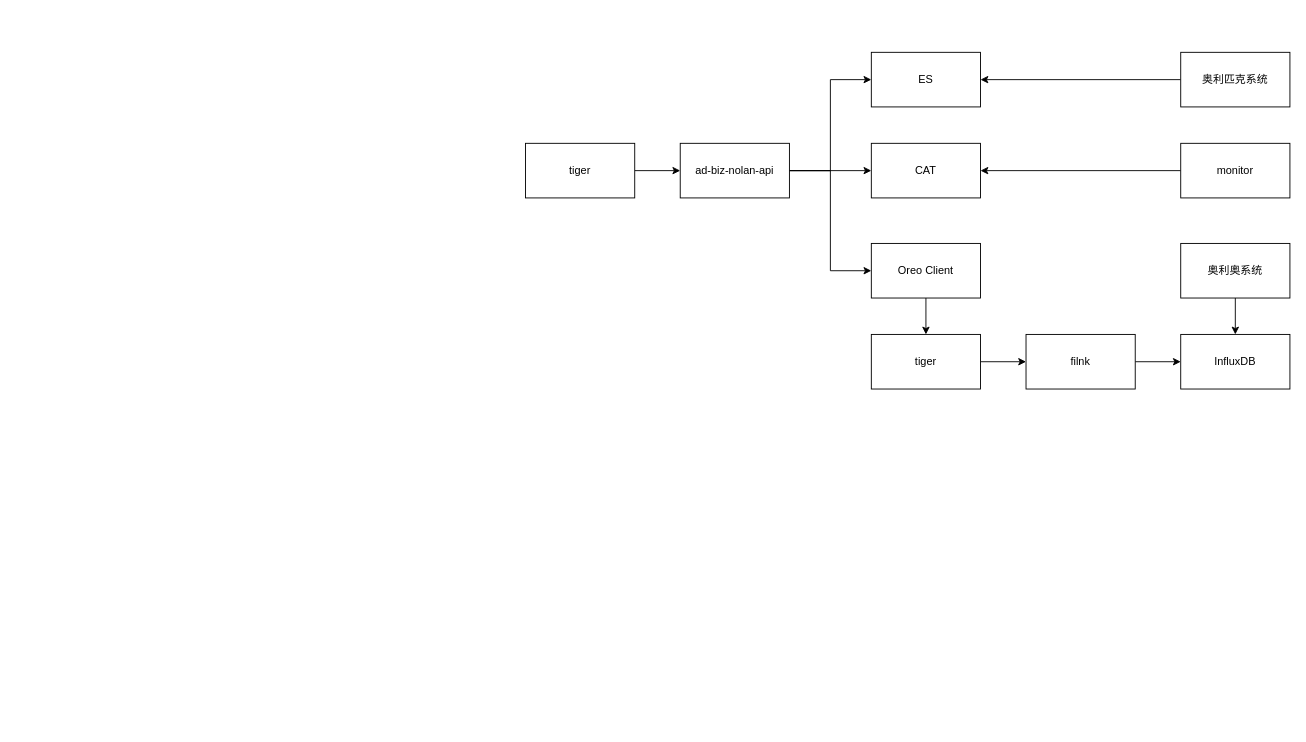
Earlier version of the draw.io diagram diagram/监控架构.drawio (flyfeifeiba/pdd-diagram). Source tidied: cells renumbered, new cells numbered last; positions are measured from the earlier drawing's top-left corner, leaving out a move shared by most shapes. Both pictures are drawn from the tidied source at 91%, with x=0, y=0 at pixel (525, 52).
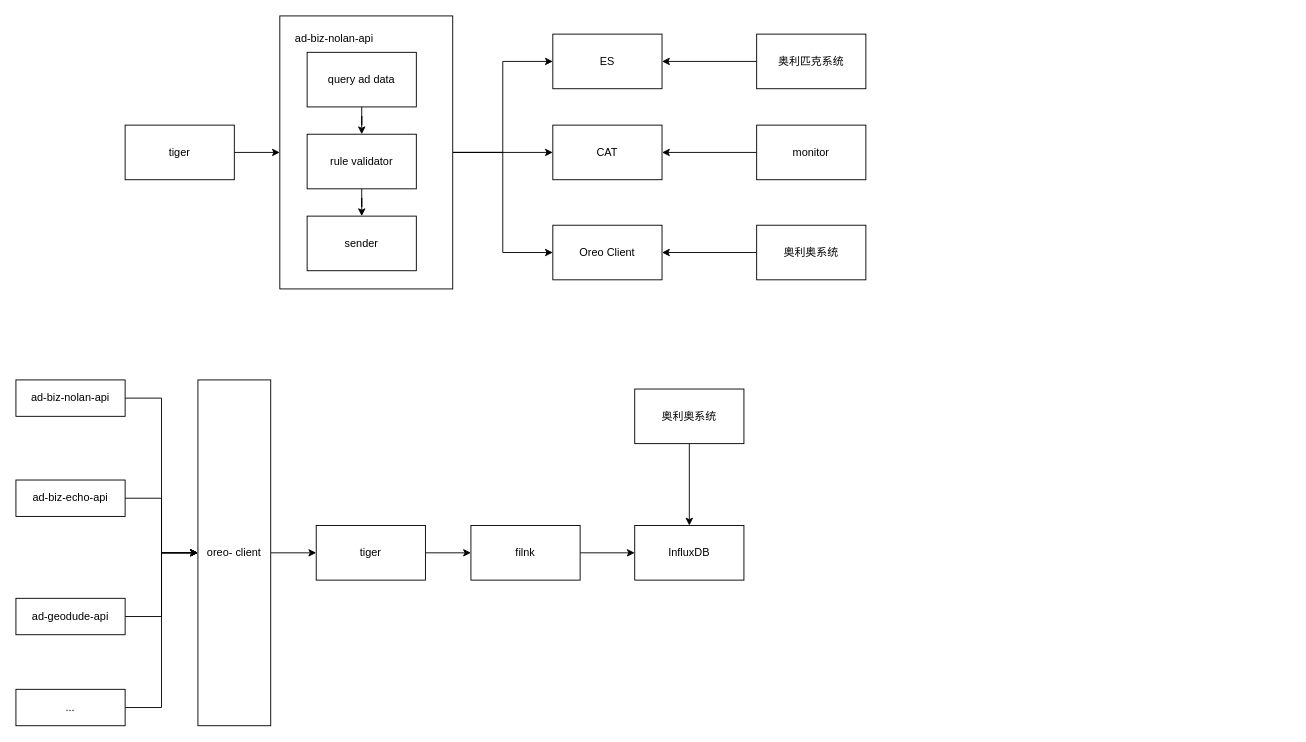
Above is the later version.

What changed in the source:
```diff
@@
     <mxCell id="3" value="tiger" style="rounded=0;whiteSpace=wrap;html=1;" parent="1" vertex="1">
-      <mxGeometry y="100" width="120" height="60" as="geometry" />
+      <mxGeometry x="-440" y="80" width="120" height="60" as="geometry" />
     </mxCell>
@@
-    <mxCell id="7" value="ad-biz-nolan-api" style="rounded=0;whiteSpace=wrap;html=1;" parent="1" vertex="1">
-      <mxGeometry x="170" y="100" width="120" height="60" as="geometry" />
+    <mxCell id="7" style="rounded=0;whiteSpace=wrap;html=1;" parent="1" vertex="1">
+      <mxGeometry x="-270" y="-40" width="190" height="300" as="geometry" />
     </mxCell>
     <mxCell id="8" value="ES" style="rounded=0;whiteSpace=wrap;html=1;" parent="1" vertex="1">
-      <mxGeometry x="380" width="120" height="60" as="geometry" />
+      <mxGeometry x="30" y="-20" width="120" height="60" as="geometry" />
     </mxCell>
     <mxCell id="9" value="CAT" style="rounded=0;whiteSpace=wrap;html=1;" parent="1" vertex="1">
-      <mxGeometry x="380" y="100" width="120" height="60" as="geometry" />
+      <mxGeometry x="30" y="80" width="120" height="60" as="geometry" />
     </mxCell>
-    <mxCell id="10" style="edgeStyle=orthogonalEdgeStyle;rounded=0;jettySize=auto;html=1;" parent="1" edge="1" source="11" target="17">
-      <mxGeometry relative="1" as="geometry" />
-    </mxCell>
     <mxCell id="11" value="Oreo Client" style="rounded=0;whiteSpace=wrap;html=1;" parent="1" vertex="1">
-      <mxGeometry x="380" y="210" width="120" height="60" as="geometry" />
+      <mxGeometry x="30" y="190" width="120" height="60" as="geometry" />
     </mxCell>
@@
     <mxCell id="13" value="奥利匹克系统" style="rounded=0;whiteSpace=wrap;html=1;" parent="1" vertex="1">
-      <mxGeometry x="720" width="120" height="60" as="geometry" />
+      <mxGeometry x="254" y="-20" width="120" height="60" as="geometry" />
     </mxCell>
@@
     <mxCell id="15" value="monitor" style="rounded=0;whiteSpace=wrap;html=1;" parent="1" vertex="1">
-      <mxGeometry x="720" y="100" width="120" height="60" as="geometry" />
+      <mxGeometry x="254" y="80" width="120" height="60" as="geometry" />
     </mxCell>
@@
     <mxCell id="17" value="tiger" style="rounded=0;whiteSpace=wrap;html=1;" parent="1" vertex="1">
-      <mxGeometry x="380" y="310" width="120" height="60" as="geometry" />
+      <mxGeometry x="-230" y="520" width="120" height="60" as="geometry" />
     </mxCell>
@@
     <mxCell id="19" value="filnk" style="rounded=0;whiteSpace=wrap;html=1;" parent="1" vertex="1">
-      <mxGeometry x="550" y="310" width="120" height="60" as="geometry" />
+      <mxGeometry x="-60" y="520" width="120" height="60" as="geometry" />
     </mxCell>
     <mxCell id="20" value="InfluxDB" style="rounded=0;whiteSpace=wrap;html=1;" parent="1" vertex="1">
-      <mxGeometry x="720" y="310" width="120" height="60" as="geometry" />
+      <mxGeometry x="120" y="520" width="120" height="60" as="geometry" />
     </mxCell>
-    <mxCell id="21" style="edgeStyle=orthogonalEdgeStyle;rounded=0;jettySize=auto;html=1;" parent="1" edge="1" source="22" target="20">
-      <mxGeometry relative="1" as="geometry" />
-    </mxCell>
+    <mxCell id="23" style="edgeStyle=orthogonalEdgeStyle;rounded=0;jettySize=auto;html=1;" parent="1" edge="1" source="22" target="11">
+      <mxGeometry relative="1" as="geometry" />
+    </mxCell>
     <mxCell id="22" value="奥利奥系统" style="rounded=0;whiteSpace=wrap;html=1;" parent="1" vertex="1">
-      <mxGeometry x="720" y="210" width="120" height="60" as="geometry" />
+      <mxGeometry x="254" y="190" width="120" height="60" as="geometry" />
     </mxCell>
+    <mxCell id="24" style="edgeStyle=orthogonalEdgeStyle;rounded=0;jettySize=auto;html=1;" parent="1" edge="1" source="25" target="28">
+      <mxGeometry relative="1" as="geometry" />
+    </mxCell>
+    <mxCell id="25" value="query ad data" style="rounded=0;whiteSpace=wrap;html=1;" parent="1" vertex="1">
+      <mxGeometry x="-240" width="120" height="60" as="geometry" />
+    </mxCell>
+    <mxCell id="26" value="ad-biz-nolan-api" style="text;html=1;strokeColor=none;fillColor=none;align=center;verticalAlign=middle;whiteSpace=wrap;rounded=0;" parent="1" vertex="1">
+      <mxGeometry x="-270" y="-30" width="120" height="30" as="geometry" />
+    </mxCell>
+    <mxCell id="27" style="edgeStyle=orthogonalEdgeStyle;rounded=0;jettySize=auto;html=1;" parent="1" edge="1" source="28" target="29">
+      <mxGeometry relative="1" as="geometry" />
+    </mxCell>
+    <mxCell id="28" value="rule validator" style="rounded=0;whiteSpace=wrap;html=1;" parent="1" vertex="1">
+      <mxGeometry x="-240" y="90" width="120" height="60" as="geometry" />
+    </mxCell>
+    <mxCell id="29" value="sender" style="rounded=0;whiteSpace=wrap;html=1;" parent="1" vertex="1">
+      <mxGeometry x="-240" y="180" width="120" height="60" as="geometry" />
+    </mxCell>
+    <mxCell id="30" style="edgeStyle=orthogonalEdgeStyle;rounded=0;jettySize=auto;html=1;" parent="1" edge="1" source="31" target="17">
+      <mxGeometry relative="1" as="geometry" />
+    </mxCell>
+    <mxCell id="31" value="oreo- client" style="rounded=0;whiteSpace=wrap;html=1;" parent="1" vertex="1">
+      <mxGeometry x="-360" y="360" width="80" height="380" as="geometry" />
+    </mxCell>
+    <mxCell id="32" style="edgeStyle=orthogonalEdgeStyle;rounded=0;jettySize=auto;html=1;" parent="1" edge="1" source="33" target="31">
+      <mxGeometry relative="1" as="geometry" />
+    </mxCell>
+    <mxCell id="33" value="ad-biz-nolan-api" style="rounded=0;whiteSpace=wrap;html=1;" parent="1" vertex="1">
+      <mxGeometry x="-560" y="360" width="120" height="40" as="geometry" />
+    </mxCell>
+    <mxCell id="34" style="edgeStyle=orthogonalEdgeStyle;rounded=0;jettySize=auto;html=1;exitX=1;exitY=0.5;exitDx=0;exitDy=0;" parent="1" edge="1" source="35">
+      <mxGeometry relative="1" as="geometry">
+        <mxPoint x="-360" y="550" as="targetPoint" />
+        <Array as="points">
+          <mxPoint x="-400" y="490" />
+          <mxPoint x="-400" y="550" />
+        </Array>
+      </mxGeometry>
+    </mxCell>
+    <mxCell id="35" value="ad-biz-echo-api" style="rounded=0;whiteSpace=wrap;html=1;" parent="1" vertex="1">
+      <mxGeometry x="-560" y="470" width="120" height="40" as="geometry" />
+    </mxCell>
+    <mxCell id="36" style="edgeStyle=orthogonalEdgeStyle;rounded=0;jettySize=auto;html=1;exitX=1;exitY=0.5;exitDx=0;exitDy=0;" parent="1" edge="1" source="37">
+      <mxGeometry relative="1" as="geometry">
+        <mxPoint x="-360" y="550" as="targetPoint" />
+        <Array as="points">
+          <mxPoint x="-400" y="620" />
+          <mxPoint x="-400" y="550" />
+        </Array>
+      </mxGeometry>
+    </mxCell>
+    <mxCell id="37" value="ad-geodude-api" style="rounded=0;whiteSpace=wrap;html=1;" parent="1" vertex="1">
+      <mxGeometry x="-560" y="600" width="120" height="40" as="geometry" />
+    </mxCell>
+    <mxCell id="38" style="edgeStyle=orthogonalEdgeStyle;rounded=0;jettySize=auto;html=1;exitX=1;exitY=0.5;exitDx=0;exitDy=0;entryX=0;entryY=0.5;entryDx=0;entryDy=0;" parent="1" edge="1" source="39" target="31">
+      <mxGeometry relative="1" as="geometry" />
+    </mxCell>
+    <mxCell id="39" value="..." style="rounded=0;whiteSpace=wrap;html=1;" parent="1" vertex="1">
+      <mxGeometry x="-560" y="700" width="120" height="40" as="geometry" />
+    </mxCell>
+    <mxCell id="40" style="edgeStyle=orthogonalEdgeStyle;rounded=0;jettySize=auto;html=1;" parent="1" edge="1" source="41" target="20">
+      <mxGeometry relative="1" as="geometry" />
+    </mxCell>
+    <mxCell id="41" value="奥利奥系统" style="rounded=0;whiteSpace=wrap;html=1;" parent="1" vertex="1">
+      <mxGeometry x="120" y="370" width="120" height="60" as="geometry" />
+    </mxCell>
```
